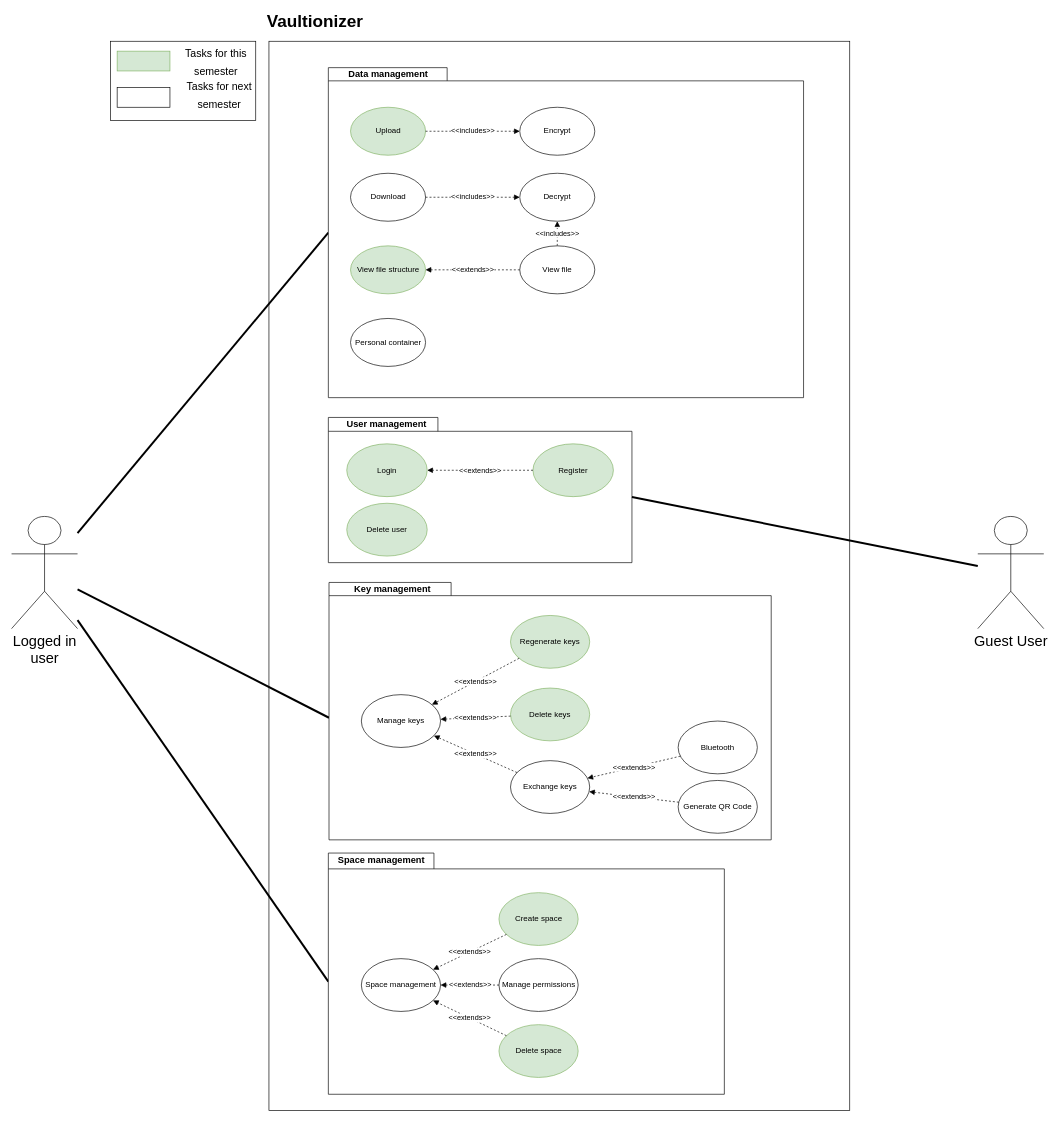
This is img/use_cases/overall_use_case.drawio from Vaultionizer/vault-docs, a draw.io file, before an edit. Source tidied: cells renumbered, new cells numbered last; positions are measured from the earlier drawing's top-left corner, leaving out a move shared by most shapes. Both pictures are drawn from the tidied source at 66%, with x=0, y=0 at pixel (11, 15).
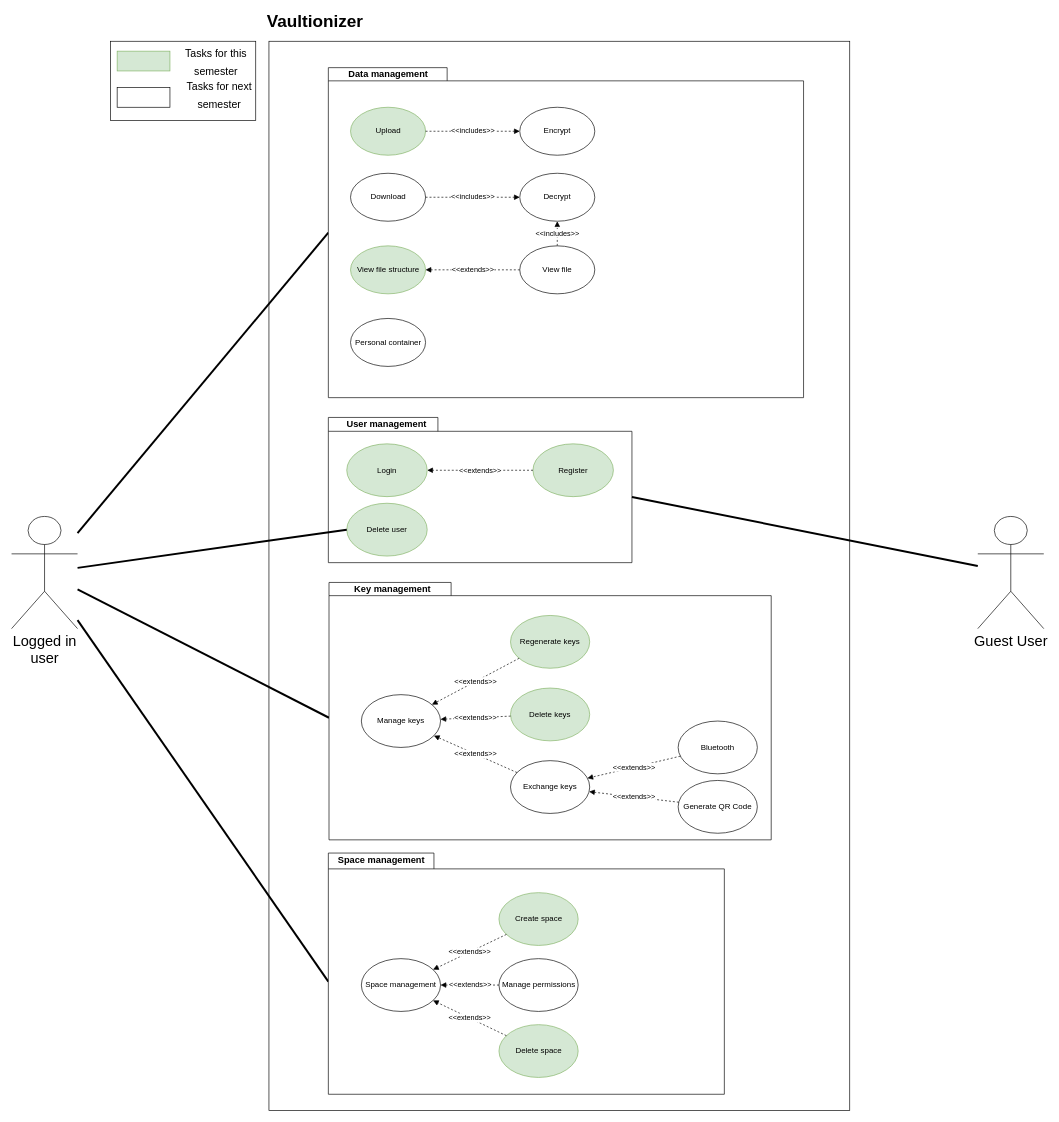
The same diagram, later.

The change refers to these unchanged cells:
```xml
<mxCell id="6" value="&lt;div&gt;Logged in &lt;br&gt;&lt;/div&gt;&lt;div&gt;user&lt;/div&gt;" style="shape=umlActor;verticalLabelPosition=bottom;verticalAlign=top;html=1;outlineConnect=0;fontSize=22;" parent="1" vertex="1">
  <mxGeometry y="760" width="100" height="170" as="geometry" />
</mxCell>
<mxCell id="40" value="Delete user" style="ellipse;whiteSpace=wrap;html=1;fillColor=#d5e8d4;strokeColor=#82b366;" parent="34" vertex="1">
  <mxGeometry x="27.9" y="130" width="121.9" height="80" as="geometry" />
</mxCell>
```

Diff of the diagram source:
```diff
@@
+    <mxCell id="65" style="edgeStyle=none;rounded=0;jettySize=auto;html=1;entryX=0;entryY=0.5;entryDx=0;entryDy=0;endArrow=none;endFill=0;strokeWidth=3;" parent="1" edge="1" source="6" target="40">
+      <mxGeometry relative="1" as="geometry" />
+    </mxCell>
```
